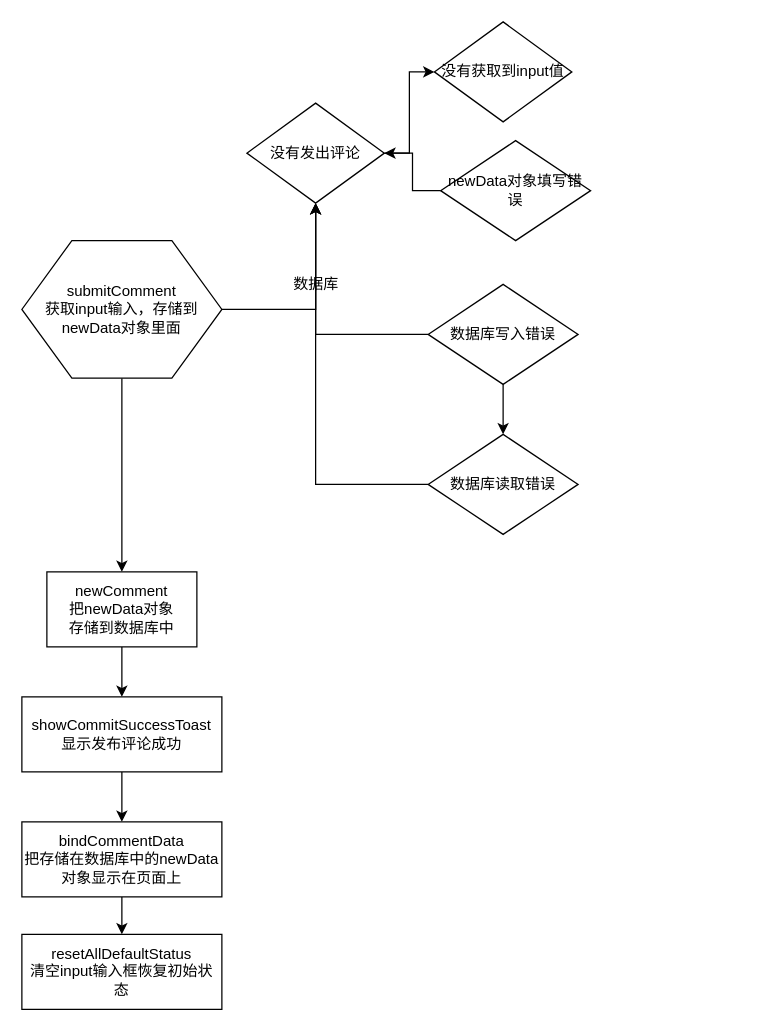
Earlier version of the draw.io diagram 小程序/提交评论流程图.drawio (MoNaiZi/draw.io). Source tidied: cells renumbered, new cells numbered last; positions are measured from the earlier drawing's top-left corner, leaving out a move shared by most shapes. Both pictures are drawn from the tidied source at 125%, with x=0, y=0 at pixel (21, 21).
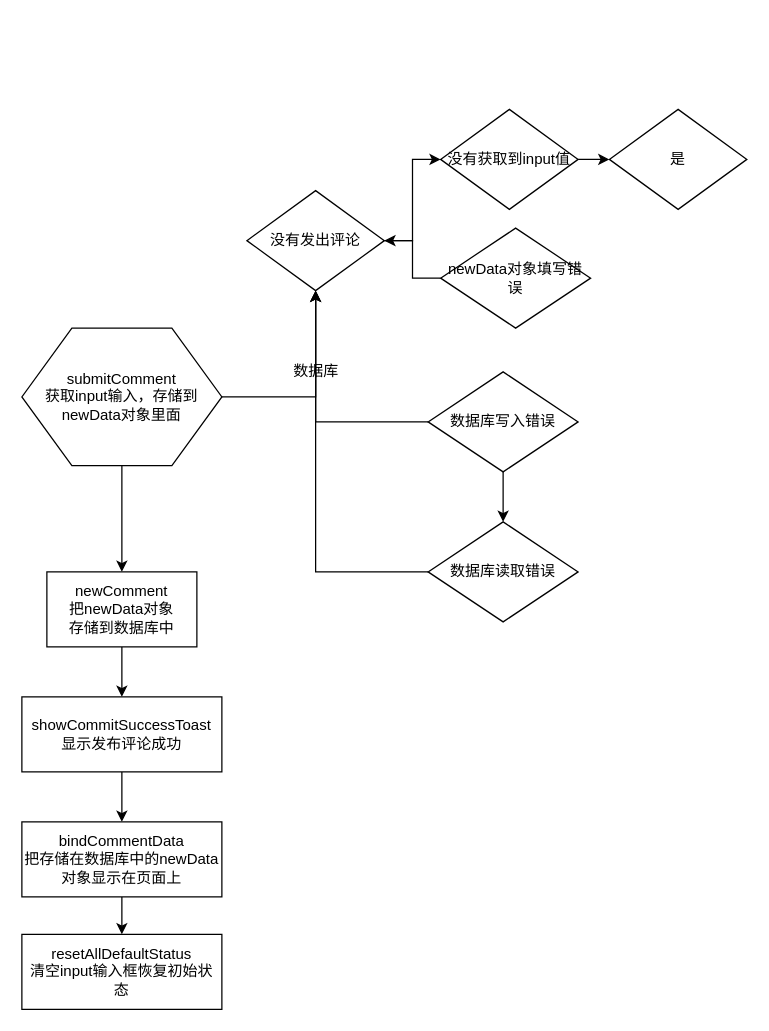
After the change.

Commit message:
更新提交评论流程图.drawio

Unchanged cells that the change refers to:
```xml
<mxCell id="15" value="没有发出评论" style="rhombus;whiteSpace=wrap;html=1;" parent="14" vertex="1">
  <mxGeometry width="110" height="80" as="geometry" />
</mxCell>
<mxCell id="19" value="数据库写入错误" style="rhombus;whiteSpace=wrap;html=1;" parent="14" vertex="1">
  <mxGeometry x="145" y="145" width="120" height="80" as="geometry" />
</mxCell>
```

What changed in the source:
```diff
@@
-    <mxCell id="10" style="group;" parent="1" vertex="1">
-      <mxGeometry width="455" height="410" as="geometry" />
-    </mxCell>
-    <mxCell id="11" style="group;" parent="10" vertex="1">
-      <mxGeometry x="180" width="275" height="410" as="geometry" />
-    </mxCell>
+    <mxCell id="24" style="group;" parent="1" vertex="1">
+      <mxGeometry y="245" width="160" height="110" as="geometry" />
+    </mxCell>
+    <mxCell id="25" value="submitComment&lt;br&gt;获取input输入，存储到newData对象里面" style="shape=hexagon;perimeter=hexagonPerimeter2;whiteSpace=wrap;html=1;" parent="24" vertex="1">
+      <mxGeometry width="160" height="110" as="geometry" />
+    </mxCell>
+    <mxCell id="26" style="edgeStyle=orthogonalEdgeStyle;rounded=0;jettySize=auto;html=1;" parent="1" edge="1" source="25" target="15">
+      <mxGeometry relative="1" as="geometry" />
+    </mxCell>
+    <mxCell id="27" style="edgeStyle=orthogonalEdgeStyle;rounded=0;jettySize=auto;html=1;" parent="1" edge="1" source="12" target="28">
+      <mxGeometry relative="1" as="geometry" />
+    </mxCell>
-    <mxCell id="12" value="没有获取到input值" style="rhombus;whiteSpace=wrap;html=1;" parent="11" vertex="1">
-      <mxGeometry x="150" width="110" height="80" as="geometry" />
+    <mxCell id="12" value="没有获取到input值" style="rhombus;whiteSpace=wrap;html=1;" parent="1" vertex="1">
+      <mxGeometry x="335" y="70" width="110" height="80" as="geometry" />
     </mxCell>
+    <mxCell id="28" value="是" style="rhombus;whiteSpace=wrap;html=1;" parent="1" vertex="1">
+      <mxGeometry x="470" y="70" width="110" height="80" as="geometry" />
+    </mxCell>
-    <mxCell id="13" value="数据库读取错误" style="rhombus;whiteSpace=wrap;html=1;" parent="11" vertex="1">
-      <mxGeometry x="145" y="330" width="120" height="80" as="geometry" />
+    <mxCell id="13" value="数据库读取错误" style="rhombus;whiteSpace=wrap;html=1;" parent="1" vertex="1">
+      <mxGeometry x="325" y="400" width="120" height="80" as="geometry" />
     </mxCell>
-    <mxCell id="14" style="group;" parent="11" vertex="1">
-      <mxGeometry y="65" width="275" height="225" as="geometry" />
+    <mxCell id="14" style="group;" parent="1" vertex="1">
+      <mxGeometry x="180" y="135" width="275" height="225" as="geometry" />
     </mxCell>
@@
-    <mxCell id="21" style="edgeStyle=orthogonalEdgeStyle;rounded=0;jettySize=auto;html=1;" parent="11" edge="1" source="15" target="12">
+    <mxCell id="21" style="edgeStyle=orthogonalEdgeStyle;rounded=0;jettySize=auto;html=1;" parent="1" edge="1" source="15" target="12">
       <mxGeometry relative="1" as="geometry" />
     </mxCell>
-    <mxCell id="22" style="edgeStyle=orthogonalEdgeStyle;rounded=0;jettySize=auto;html=1;entryX=0.5;entryY=1;entryDx=0;entryDy=0;" parent="11" edge="1" source="13" target="15">
+    <mxCell id="22" style="edgeStyle=orthogonalEdgeStyle;rounded=0;jettySize=auto;html=1;entryX=0.5;entryY=1;entryDx=0;entryDy=0;" parent="1" edge="1" source="13" target="15">
       <mxGeometry relative="1" as="geometry" />
     </mxCell>
-    <mxCell id="23" style="edgeStyle=orthogonalEdgeStyle;rounded=0;jettySize=auto;html=1;" parent="11" edge="1" source="19" target="13">
+    <mxCell id="23" style="edgeStyle=orthogonalEdgeStyle;rounded=0;jettySize=auto;html=1;" parent="1" edge="1" source="19" target="13">
       <mxGeometry relative="1" as="geometry" />
     </mxCell>
-    <mxCell id="24" style="group;" parent="10" vertex="1">
-      <mxGeometry y="175" width="160" height="110" as="geometry" />
-    </mxCell>
-    <mxCell id="25" value="submitComment&lt;br&gt;获取input输入，存储到newData对象里面" style="shape=hexagon;perimeter=hexagonPerimeter2;whiteSpace=wrap;html=1;" parent="24" vertex="1">
-      <mxGeometry width="160" height="110" as="geometry" />
-    </mxCell>
-    <mxCell id="26" style="edgeStyle=orthogonalEdgeStyle;rounded=0;jettySize=auto;html=1;" parent="10" edge="1" source="25" target="15">
-      <mxGeometry relative="1" as="geometry" />
-    </mxCell>
```
